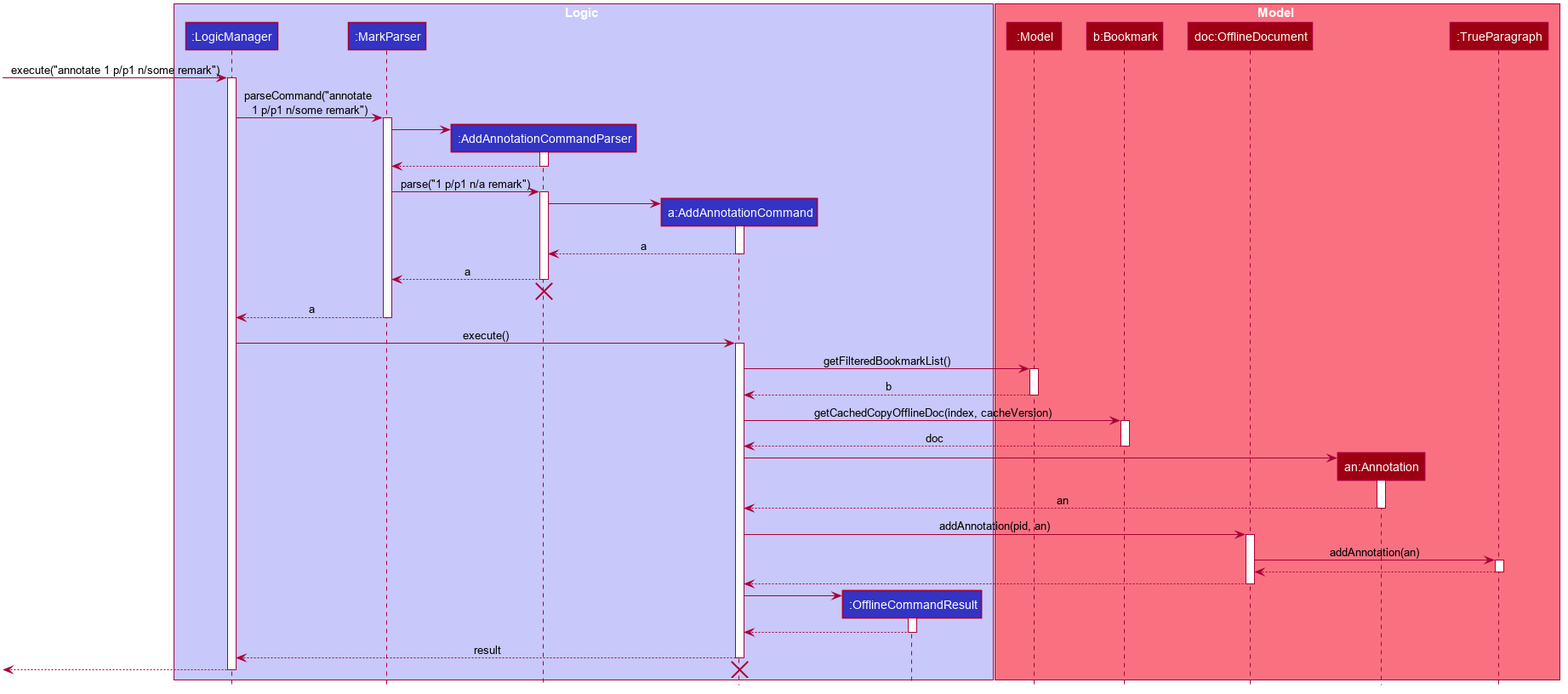
AY1920S1-CS2103T-T13-4/main keeps this PlantUML diagram as images/AddAnnotationSequenceDiagram.png. Above is the earlier version.
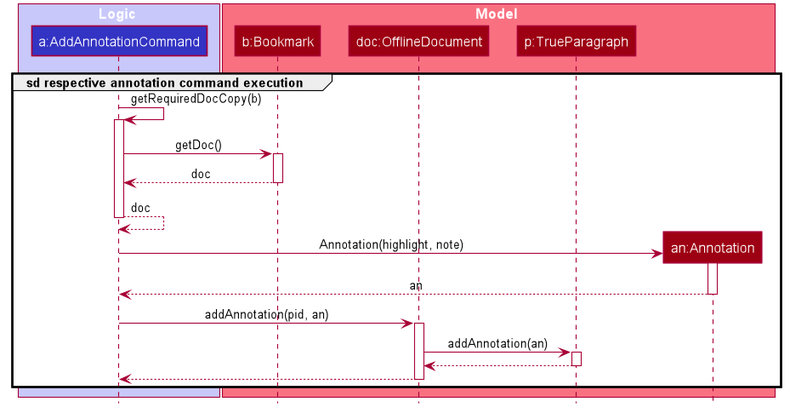
After the commit.

What changed in the source:
```diff
@@ -49,69 +49,31 @@
 hide circle
 
 box Logic #C8C8FA
-participant ":LogicManager" as LogicManager #3333C4
-participant ":MarkParser" as MarkParser #3333C4
-participant ":AddAnnotationCommandParser" as AddAnnotationCommandParser #3333C4
 participant "a:AddAnnotationCommand" as AddAnnotationCommand #3333C4
-participant ":OfflineCommandResult" as OfflineCommandResult #3333C4
 end box
 
 box Model #F97181
-participant ":Model" as Model #9D0012
 participant "b:Bookmark" as Bookmark #9D0012
 participant "doc:OfflineDocument" as OfflineDocument #9D0012
+participant "p:TrueParagraph" as Paragraph #9D0012
 participant "an:Annotation" as Annotation #9D0012
-participant ":TrueParagraph" as TrueParagraph #9D0012
 end box
 
-[-> LogicManager : execute("annotate 1 p/p1 n/some remark")
-activate LogicManager
+group sd respective annotation command execution
 
-LogicManager -> MarkParser : parseCommand("annotate \n1 p/p1 n/some remark")
-activate MarkParser
-
-create AddAnnotationCommandParser
-MarkParser -> AddAnnotationCommandParser
-activate AddAnnotationCommandParser
-
-AddAnnotationCommandParser --> MarkParser
-deactivate AddAnnotationCommandParser
-
-MarkParser -> AddAnnotationCommandParser : parse("1 p/p1 n/a remark")
-activate AddAnnotationCommandParser
-
-create AddAnnotationCommand
-AddAnnotationCommandParser -> AddAnnotationCommand
+AddAnnotationCommand -> AddAnnotationCommand : getRequiredDocCopy(b)
 activate AddAnnotationCommand
 
-AddAnnotationCommand --> AddAnnotationCommandParser : a
-deactivate AddAnnotationCommand
-
-AddAnnotationCommandParser --> MarkParser : a
-deactivate AddAnnotationCommandParser
-AddAnnotationCommandParser -[hidden]-> MarkParser
-destroy AddAnnotationCommandParser
-
-MarkParser --> LogicManager : a
-deactivate MarkParser
-
-LogicManager -> AddAnnotationCommand : execute()
-activate AddAnnotationCommand
-
-AddAnnotationCommand -> Model : getFilteredBookmarkList()
-activate Model
-
-Model --> AddAnnotationCommand : b
-deactivate Model
-
-AddAnnotationCommand -> Bookmark : getCachedCopyOfflineDoc(index, cacheVersion)
+AddAnnotationCommand -> Bookmark : getDoc()
 activate Bookmark
 
 Bookmark --> AddAnnotationCommand : doc
 deactivate Bookmark
 
+AddAnnotationCommand --> AddAnnotationCommand : doc
+deactivate AddAnnotationCommand
 create Annotation
-AddAnnotationCommand -> Annotation
+AddAnnotationCommand -> Annotation : Annotation(highlight, note)
 activate Annotation
 
 Annotation --> AddAnnotationCommand : an
@@ -120,27 +82,15 @@
 AddAnnotationCommand -> OfflineDocument : addAnnotation(pid, an)
 activate OfflineDocument
 
-OfflineDocument -> TrueParagraph : addAnnotation(an)
-activate TrueParagraph
+OfflineDocument -> Paragraph : addAnnotation(an)
+activate Paragraph
 
-TrueParagraph --> OfflineDocument
-deactivate TrueParagraph
+Paragraph --> OfflineDocument
+deactivate Paragraph
 
 OfflineDocument --> AddAnnotationCommand
 deactivate OfflineDocument
 
-create OfflineCommandResult
-AddAnnotationCommand -> OfflineCommandResult
-activate OfflineCommandResult
+end group
 
-OfflineCommandResult --> AddAnnotationCommand
-deactivate OfflineCommandResult
-
-AddAnnotationCommand --> LogicManager : result
-deactivate AddAnnotationCommand
-
-[<--LogicManager
-deactivate LogicManager
-
-destroy AddAnnotationCommand
 @enduml
```
